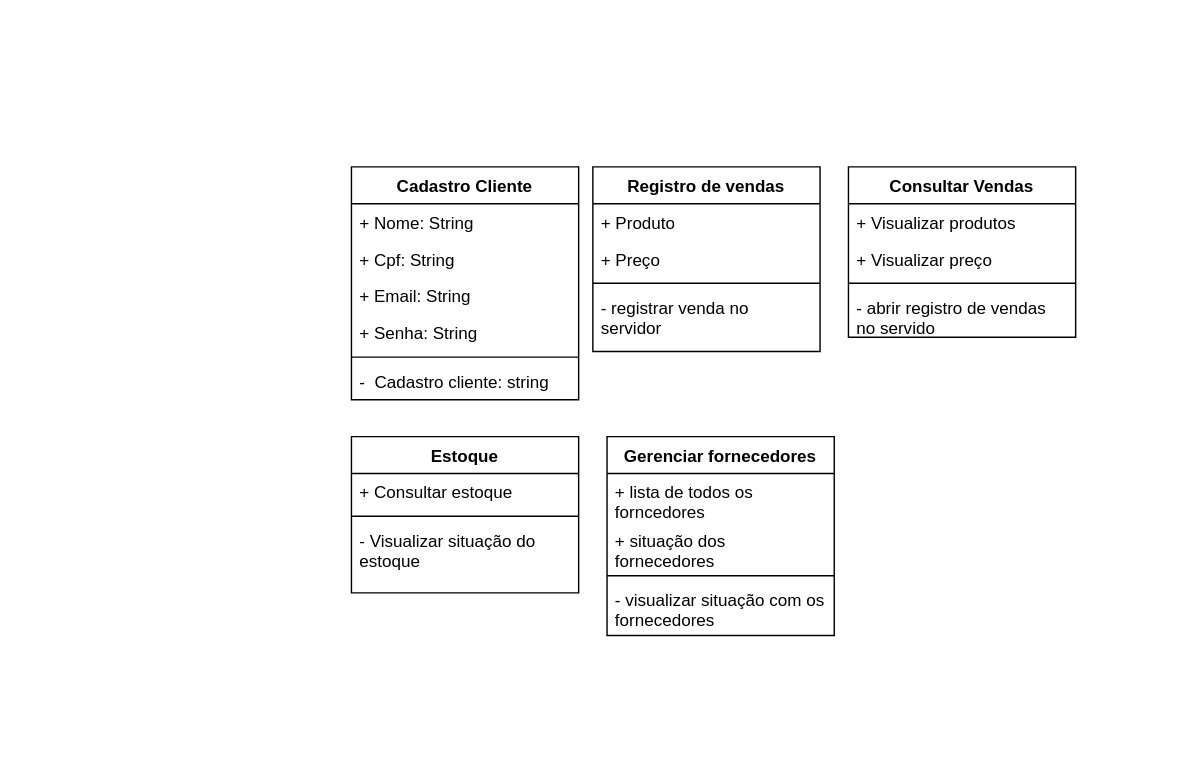
This is page "Página-9" (9 of 11) of Diagrama sem nome.drawio from Anthony-zzz/diagramasderequisitos, a draw.io file, before an edit. Source tidied: cells renumbered, new cells numbered last; positions are measured from the earlier drawing's top-left corner, leaving out a move shared by most shapes. Both pictures are drawn from the tidied source at 142%, with x=0, y=0 at pixel (351, 166).
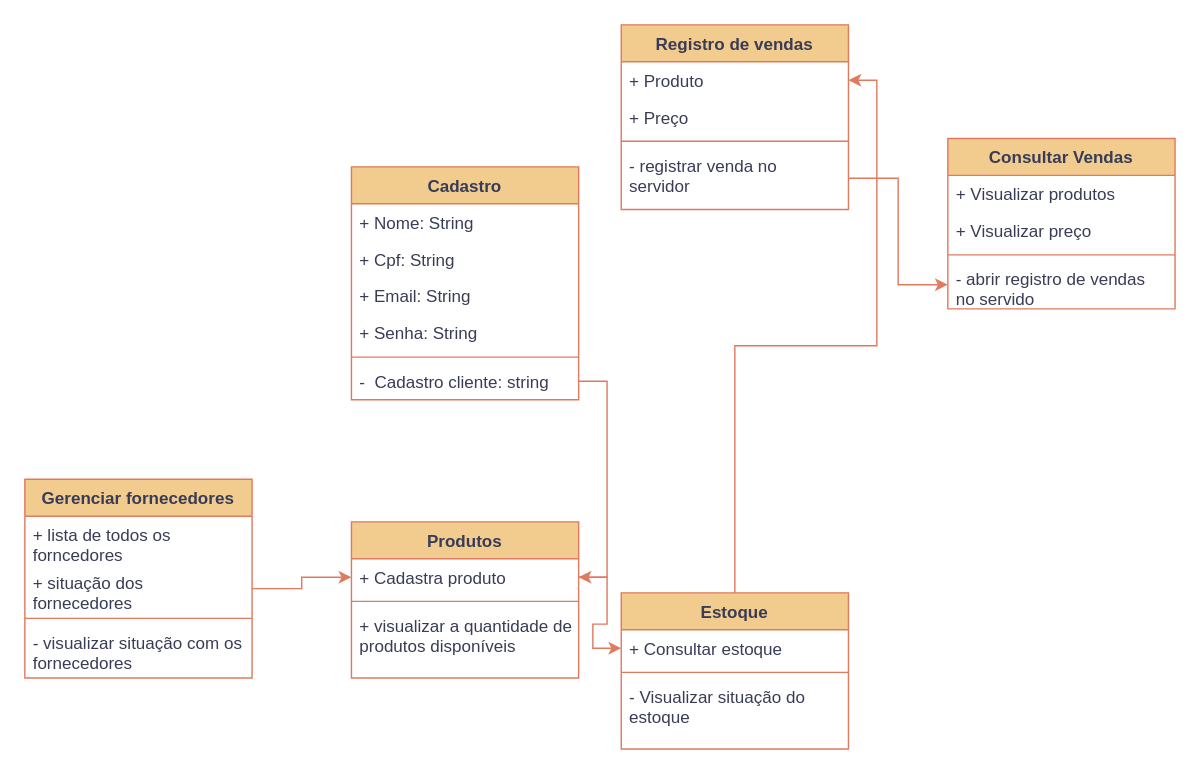
The same page after the edit.

What changed in the source:
```diff
@@
-    <mxCell id="2" value="Cadastro Cliente" style="swimlane;fontStyle=1;align=center;verticalAlign=top;horizontal=1;startSize=26;whiteSpace=wrap;html=1;" parent="1" vertex="1">
+    <mxCell id="2" value="Cadastro" style="swimlane;fontStyle=1;align=center;verticalAlign=top;horizontal=1;startSize=26;whiteSpace=wrap;html=1;labelBackgroundColor=none;fillColor=#F2CC8F;strokeColor=#E07A5F;fontColor=#393C56;" parent="1" vertex="1">
       <mxGeometry width="160" height="164" as="geometry" />
     </mxCell>
-    <mxCell id="3" value="+ Nome: String" style="text;strokeColor=none;fillColor=none;align=left;verticalAlign=top;spacingLeft=4;spacingRight=4;overflow=hidden;whiteSpace=wrap;html=1;" parent="2" vertex="1">
+    <mxCell id="3" value="+ Nome: String" style="text;strokeColor=none;fillColor=none;align=left;verticalAlign=top;spacingLeft=4;spacingRight=4;overflow=hidden;whiteSpace=wrap;html=1;labelBackgroundColor=none;fontColor=#393C56;" parent="2" vertex="1">
       <mxGeometry y="26" width="160" height="26" as="geometry" />
     </mxCell>
-    <mxCell id="4" value="+ Cpf: String" style="text;strokeColor=none;fillColor=none;align=left;verticalAlign=top;spacingLeft=4;spacingRight=4;overflow=hidden;whiteSpace=wrap;html=1;" parent="2" vertex="1">
+    <mxCell id="4" value="+ Cpf: String" style="text;strokeColor=none;fillColor=none;align=left;verticalAlign=top;spacingLeft=4;spacingRight=4;overflow=hidden;whiteSpace=wrap;html=1;labelBackgroundColor=none;fontColor=#393C56;" parent="2" vertex="1">
       <mxGeometry y="52" width="160" height="26" as="geometry" />
     </mxCell>
-    <mxCell id="5" value="+ Email: String" style="text;strokeColor=none;fillColor=none;align=left;verticalAlign=top;spacingLeft=4;spacingRight=4;overflow=hidden;whiteSpace=wrap;html=1;" parent="2" vertex="1">
+    <mxCell id="5" value="+ Email: String" style="text;strokeColor=none;fillColor=none;align=left;verticalAlign=top;spacingLeft=4;spacingRight=4;overflow=hidden;whiteSpace=wrap;html=1;labelBackgroundColor=none;fontColor=#393C56;" parent="2" vertex="1">
       <mxGeometry y="78" width="160" height="26" as="geometry" />
     </mxCell>
-    <mxCell id="6" value="+ Senha: String" style="text;strokeColor=none;fillColor=none;align=left;verticalAlign=top;spacingLeft=4;spacingRight=4;overflow=hidden;whiteSpace=wrap;html=1;" parent="2" vertex="1">
+    <mxCell id="6" value="+ Senha: String" style="text;strokeColor=none;fillColor=none;align=left;verticalAlign=top;spacingLeft=4;spacingRight=4;overflow=hidden;whiteSpace=wrap;html=1;labelBackgroundColor=none;fontColor=#393C56;" parent="2" vertex="1">
       <mxGeometry y="104" width="160" height="26" as="geometry" />
     </mxCell>
-    <mxCell id="7" style="line;strokeWidth=1;fillColor=none;align=left;verticalAlign=middle;spacingTop=-1;spacingLeft=3;spacingRight=3;labelPosition=right;strokeColor=inherit;" parent="2" vertex="1">
+    <mxCell id="7" style="line;strokeWidth=1;fillColor=none;align=left;verticalAlign=middle;spacingTop=-1;spacingLeft=3;spacingRight=3;labelPosition=right;strokeColor=#E07A5F;labelBackgroundColor=none;fontColor=#393C56;" parent="2" vertex="1">
       <mxGeometry y="130" width="160" height="8" as="geometry" />
     </mxCell>
-    <mxCell id="8" value="-&amp;nbsp; Cadastro cliente: string" style="text;strokeColor=none;fillColor=none;align=left;verticalAlign=top;spacingLeft=4;spacingRight=4;overflow=hidden;points=[[0,0.5],[1,0.5]];portConstraint=eastwest;whiteSpace=wrap;html=1;" parent="2" vertex="1">
+    <mxCell id="8" value="-&amp;nbsp; Cadastro cliente: string" style="text;strokeColor=none;fillColor=none;align=left;verticalAlign=top;spacingLeft=4;spacingRight=4;overflow=hidden;points=[[0,0.5],[1,0.5]];portConstraint=eastwest;whiteSpace=wrap;html=1;labelBackgroundColor=none;fontColor=#393C56;" parent="2" vertex="1">
       <mxGeometry y="138" width="160" height="26" as="geometry" />
     </mxCell>
-    <mxCell id="9" value="Registro de vendas" style="swimlane;fontStyle=1;align=center;verticalAlign=top;horizontal=1;startSize=26;whiteSpace=wrap;html=1;" parent="1" vertex="1">
-      <mxGeometry x="170" width="160" height="130" as="geometry" />
+    <mxCell id="9" value="Registro de vendas" style="swimlane;fontStyle=1;align=center;verticalAlign=top;horizontal=1;startSize=26;whiteSpace=wrap;html=1;labelBackgroundColor=none;fillColor=#F2CC8F;strokeColor=#E07A5F;fontColor=#393C56;" parent="1" vertex="1">
+      <mxGeometry x="190" y="-100" width="160" height="130" as="geometry" />
     </mxCell>
-    <mxCell id="10" value="+ Produto" style="text;strokeColor=none;fillColor=none;align=left;verticalAlign=top;spacingLeft=4;spacingRight=4;overflow=hidden;points=[[0,0.5],[1,0.5]];portConstraint=eastwest;whiteSpace=wrap;html=1;" parent="9" vertex="1">
+    <mxCell id="10" value="+ Produto" style="text;strokeColor=none;fillColor=none;align=left;verticalAlign=top;spacingLeft=4;spacingRight=4;overflow=hidden;points=[[0,0.5],[1,0.5]];portConstraint=eastwest;whiteSpace=wrap;html=1;labelBackgroundColor=none;fontColor=#393C56;" parent="9" vertex="1">
       <mxGeometry y="26" width="160" height="26" as="geometry" />
     </mxCell>
-    <mxCell id="11" value="+ Preço" style="text;strokeColor=none;fillColor=none;align=left;verticalAlign=top;spacingLeft=4;spacingRight=4;overflow=hidden;whiteSpace=wrap;html=1;" parent="9" vertex="1">
+    <mxCell id="11" value="+ Preço" style="text;strokeColor=none;fillColor=none;align=left;verticalAlign=top;spacingLeft=4;spacingRight=4;overflow=hidden;whiteSpace=wrap;html=1;labelBackgroundColor=none;fontColor=#393C56;" parent="9" vertex="1">
       <mxGeometry y="52" width="160" height="26" as="geometry" />
     </mxCell>
-    <mxCell id="12" style="line;strokeWidth=1;fillColor=none;align=left;verticalAlign=middle;spacingTop=-1;spacingLeft=3;spacingRight=3;labelPosition=right;strokeColor=inherit;" parent="9" vertex="1">
+    <mxCell id="12" style="line;strokeWidth=1;fillColor=none;align=left;verticalAlign=middle;spacingTop=-1;spacingLeft=3;spacingRight=3;labelPosition=right;strokeColor=#E07A5F;labelBackgroundColor=none;fontColor=#393C56;" parent="9" vertex="1">
       <mxGeometry y="78" width="160" height="8" as="geometry" />
     </mxCell>
-    <mxCell id="13" value="- registrar venda no servidor" style="text;strokeColor=none;fillColor=none;align=left;verticalAlign=top;spacingLeft=4;spacingRight=4;overflow=hidden;points=[[0,0.5],[1,0.5]];portConstraint=eastwest;whiteSpace=wrap;html=1;" parent="9" vertex="1">
+    <mxCell id="13" value="- registrar venda no servidor" style="text;strokeColor=none;fillColor=none;align=left;verticalAlign=top;spacingLeft=4;spacingRight=4;overflow=hidden;points=[[0,0.5],[1,0.5]];portConstraint=eastwest;whiteSpace=wrap;html=1;labelBackgroundColor=none;fontColor=#393C56;" parent="9" vertex="1">
       <mxGeometry y="86" width="160" height="44" as="geometry" />
     </mxCell>
-    <mxCell id="14" value="Consultar Vendas" style="swimlane;fontStyle=1;align=center;verticalAlign=top;horizontal=1;startSize=26;whiteSpace=wrap;html=1;" parent="1" vertex="1">
-      <mxGeometry x="350" width="160" height="120" as="geometry" />
+    <mxCell id="14" value="Consultar Vendas" style="swimlane;fontStyle=1;align=center;verticalAlign=top;horizontal=1;startSize=26;whiteSpace=wrap;html=1;labelBackgroundColor=none;fillColor=#F2CC8F;strokeColor=#E07A5F;fontColor=#393C56;" parent="1" vertex="1">
+      <mxGeometry x="420" y="-20" width="160" height="120" as="geometry" />
     </mxCell>
-    <mxCell id="15" value="+ Visualizar produtos" style="text;strokeColor=none;fillColor=none;align=left;verticalAlign=top;spacingLeft=4;spacingRight=4;overflow=hidden;whiteSpace=wrap;html=1;" parent="14" vertex="1">
+    <mxCell id="15" value="+ Visualizar produtos" style="text;strokeColor=none;fillColor=none;align=left;verticalAlign=top;spacingLeft=4;spacingRight=4;overflow=hidden;whiteSpace=wrap;html=1;labelBackgroundColor=none;fontColor=#393C56;" parent="14" vertex="1">
       <mxGeometry y="26" width="160" height="26" as="geometry" />
     </mxCell>
-    <mxCell id="16" value="+ Visualizar preço" style="text;strokeColor=none;fillColor=none;align=left;verticalAlign=top;spacingLeft=4;spacingRight=4;overflow=hidden;whiteSpace=wrap;html=1;" parent="14" vertex="1">
+    <mxCell id="16" value="+ Visualizar preço" style="text;strokeColor=none;fillColor=none;align=left;verticalAlign=top;spacingLeft=4;spacingRight=4;overflow=hidden;whiteSpace=wrap;html=1;labelBackgroundColor=none;fontColor=#393C56;" parent="14" vertex="1">
       <mxGeometry y="52" width="160" height="26" as="geometry" />
     </mxCell>
-    <mxCell id="17" style="line;strokeWidth=1;fillColor=none;align=left;verticalAlign=middle;spacingTop=-1;spacingLeft=3;spacingRight=3;labelPosition=right;strokeColor=inherit;" parent="14" vertex="1">
+    <mxCell id="17" style="line;strokeWidth=1;fillColor=none;align=left;verticalAlign=middle;spacingTop=-1;spacingLeft=3;spacingRight=3;labelPosition=right;strokeColor=#E07A5F;labelBackgroundColor=none;fontColor=#393C56;" parent="14" vertex="1">
       <mxGeometry y="78" width="160" height="8" as="geometry" />
     </mxCell>
-    <mxCell id="18" value="- abrir registro de vendas no servido" style="text;strokeColor=none;fillColor=none;align=left;verticalAlign=top;spacingLeft=4;spacingRight=4;overflow=hidden;points=[[0,0.5],[1,0.5]];portConstraint=eastwest;whiteSpace=wrap;html=1;" parent="14" vertex="1">
+    <mxCell id="18" value="- abrir registro de vendas no servido" style="text;strokeColor=none;fillColor=none;align=left;verticalAlign=top;spacingLeft=4;spacingRight=4;overflow=hidden;points=[[0,0.5],[1,0.5]];portConstraint=eastwest;whiteSpace=wrap;html=1;labelBackgroundColor=none;fontColor=#393C56;" parent="14" vertex="1">
       <mxGeometry y="86" width="160" height="34" as="geometry" />
     </mxCell>
+    <mxCell id="28" style="edgeStyle=orthogonalEdgeStyle;rounded=0;jettySize=auto;html=1;exitX=0.5;exitY=0;exitDx=0;exitDy=0;entryX=1;entryY=0.5;entryDx=0;entryDy=0;labelBackgroundColor=none;strokeColor=#E07A5F;fontColor=default;" parent="1" edge="1" source="19" target="10">
+      <mxGeometry relative="1" as="geometry" />
+    </mxCell>
-    <mxCell id="19" value="Estoque" style="swimlane;fontStyle=1;align=center;verticalAlign=top;horizontal=1;startSize=26;whiteSpace=wrap;html=1;" parent="1" vertex="1">
-      <mxGeometry y="190" width="160" height="110" as="geometry" />
+    <mxCell id="19" value="Estoque" style="swimlane;fontStyle=1;align=center;verticalAlign=top;horizontal=1;startSize=26;whiteSpace=wrap;html=1;labelBackgroundColor=none;fillColor=#F2CC8F;strokeColor=#E07A5F;fontColor=#393C56;" parent="1" vertex="1">
+      <mxGeometry x="190" y="300" width="160" height="110" as="geometry" />
     </mxCell>
-    <mxCell id="20" value="+ Consultar estoque" style="text;strokeColor=none;fillColor=none;align=left;verticalAlign=top;spacingLeft=4;spacingRight=4;overflow=hidden;points=[[0,0.5],[1,0.5]];portConstraint=eastwest;whiteSpace=wrap;html=1;" parent="19" vertex="1">
+    <mxCell id="20" value="+ Consultar estoque" style="text;strokeColor=none;fillColor=none;align=left;verticalAlign=top;spacingLeft=4;spacingRight=4;overflow=hidden;points=[[0,0.5],[1,0.5]];portConstraint=eastwest;whiteSpace=wrap;html=1;labelBackgroundColor=none;fontColor=#393C56;" parent="19" vertex="1">
       <mxGeometry y="26" width="160" height="26" as="geometry" />
     </mxCell>
-    <mxCell id="21" style="line;strokeWidth=1;fillColor=none;align=left;verticalAlign=middle;spacingTop=-1;spacingLeft=3;spacingRight=3;labelPosition=right;strokeColor=inherit;" parent="19" vertex="1">
+    <mxCell id="21" style="line;strokeWidth=1;fillColor=none;align=left;verticalAlign=middle;spacingTop=-1;spacingLeft=3;spacingRight=3;labelPosition=right;strokeColor=#E07A5F;labelBackgroundColor=none;fontColor=#393C56;" parent="19" vertex="1">
       <mxGeometry y="52" width="160" height="8" as="geometry" />
     </mxCell>
-    <mxCell id="22" value="- Visualizar situação do estoque" style="text;strokeColor=none;fillColor=none;align=left;verticalAlign=top;spacingLeft=4;spacingRight=4;overflow=hidden;whiteSpace=wrap;html=1;" parent="19" vertex="1">
+    <mxCell id="22" value="- Visualizar situação do estoque" style="text;strokeColor=none;fillColor=none;align=left;verticalAlign=top;spacingLeft=4;spacingRight=4;overflow=hidden;whiteSpace=wrap;html=1;labelBackgroundColor=none;fontColor=#393C56;" parent="19" vertex="1">
       <mxGeometry y="60" width="160" height="50" as="geometry" />
     </mxCell>
-    <mxCell id="23" value="Gerenciar fornecedores" style="swimlane;fontStyle=1;align=center;verticalAlign=top;horizontal=1;startSize=26;whiteSpace=wrap;html=1;" parent="1" vertex="1">
-      <mxGeometry x="180" y="190" width="160" height="140" as="geometry" />
+    <mxCell id="23" value="Gerenciar fornecedores" style="swimlane;fontStyle=1;align=center;verticalAlign=top;horizontal=1;startSize=26;whiteSpace=wrap;html=1;labelBackgroundColor=none;fillColor=#F2CC8F;strokeColor=#E07A5F;fontColor=#393C56;" parent="1" vertex="1">
+      <mxGeometry x="-230" y="220" width="160" height="140" as="geometry" />
     </mxCell>
-    <mxCell id="24" value="+ lista de todos os forncedores" style="text;strokeColor=none;fillColor=none;align=left;verticalAlign=top;spacingLeft=4;spacingRight=4;overflow=hidden;whiteSpace=wrap;html=1;" parent="23" vertex="1">
+    <mxCell id="24" value="+ lista de todos os forncedores" style="text;strokeColor=none;fillColor=none;align=left;verticalAlign=top;spacingLeft=4;spacingRight=4;overflow=hidden;whiteSpace=wrap;html=1;labelBackgroundColor=none;fontColor=#393C56;" parent="23" vertex="1">
       <mxGeometry y="26" width="160" height="34" as="geometry" />
     </mxCell>
-    <mxCell id="25" value="+ situação dos fornecedores" style="text;strokeColor=none;fillColor=none;align=left;verticalAlign=top;spacingLeft=4;spacingRight=4;overflow=hidden;points=[[0,0.5],[1,0.5]];portConstraint=eastwest;whiteSpace=wrap;html=1;" parent="23" vertex="1">
+    <mxCell id="25" value="+ situação dos fornecedores" style="text;strokeColor=none;fillColor=none;align=left;verticalAlign=top;spacingLeft=4;spacingRight=4;overflow=hidden;points=[[0,0.5],[1,0.5]];portConstraint=eastwest;whiteSpace=wrap;html=1;labelBackgroundColor=none;fontColor=#393C56;" parent="23" vertex="1">
       <mxGeometry y="60" width="160" height="34" as="geometry" />
     </mxCell>
-    <mxCell id="26" style="line;strokeWidth=1;fillColor=none;align=left;verticalAlign=middle;spacingTop=-1;spacingLeft=3;spacingRight=3;labelPosition=right;strokeColor=inherit;" parent="23" vertex="1">
+    <mxCell id="26" style="line;strokeWidth=1;fillColor=none;align=left;verticalAlign=middle;spacingTop=-1;spacingLeft=3;spacingRight=3;labelPosition=right;strokeColor=#E07A5F;labelBackgroundColor=none;fontColor=#393C56;" parent="23" vertex="1">
       <mxGeometry y="94" width="160" height="8" as="geometry" />
     </mxCell>
-    <mxCell id="27" value="- visualizar situação com os fornecedores" style="text;strokeColor=none;fillColor=none;align=left;verticalAlign=top;spacingLeft=4;spacingRight=4;overflow=hidden;whiteSpace=wrap;html=1;" parent="23" vertex="1">
+    <mxCell id="27" value="- visualizar situação com os fornecedores" style="text;strokeColor=none;fillColor=none;align=left;verticalAlign=top;spacingLeft=4;spacingRight=4;overflow=hidden;whiteSpace=wrap;html=1;labelBackgroundColor=none;fontColor=#393C56;" parent="23" vertex="1">
       <mxGeometry y="102" width="160" height="38" as="geometry" />
     </mxCell>
+    <mxCell id="29" style="edgeStyle=orthogonalEdgeStyle;rounded=0;jettySize=auto;html=1;exitX=1;exitY=0.5;exitDx=0;exitDy=0;entryX=0;entryY=0.5;entryDx=0;entryDy=0;labelBackgroundColor=none;strokeColor=#E07A5F;fontColor=default;" parent="1" edge="1" source="13" target="18">
+      <mxGeometry relative="1" as="geometry" />
+    </mxCell>
+    <mxCell id="30" value="Produtos" style="swimlane;fontStyle=1;align=center;verticalAlign=top;horizontal=1;startSize=26;whiteSpace=wrap;html=1;labelBackgroundColor=none;fillColor=#F2CC8F;strokeColor=#E07A5F;fontColor=#393C56;" parent="1" vertex="1">
+      <mxGeometry y="250" width="160" height="110" as="geometry" />
+    </mxCell>
+    <mxCell id="31" value="+ Cadastra produto" style="text;strokeColor=none;fillColor=none;align=left;verticalAlign=top;spacingLeft=4;spacingRight=4;overflow=hidden;points=[[0,0.5],[1,0.5]];portConstraint=eastwest;whiteSpace=wrap;html=1;labelBackgroundColor=none;fontColor=#393C56;" parent="30" vertex="1">
+      <mxGeometry y="26" width="160" height="26" as="geometry" />
+    </mxCell>
+    <mxCell id="32" style="line;strokeWidth=1;fillColor=none;align=left;verticalAlign=middle;spacingTop=-1;spacingLeft=3;spacingRight=3;labelPosition=right;strokeColor=#E07A5F;labelBackgroundColor=none;fontColor=#393C56;" parent="30" vertex="1">
+      <mxGeometry y="52" width="160" height="8" as="geometry" />
+    </mxCell>
+    <mxCell id="33" value="+ visualizar a quantidade de produtos disponíveis&amp;nbsp;" style="text;strokeColor=none;fillColor=none;align=left;verticalAlign=top;spacingLeft=4;spacingRight=4;overflow=hidden;whiteSpace=wrap;html=1;labelBackgroundColor=none;fontColor=#393C56;" parent="30" vertex="1">
+      <mxGeometry y="60" width="160" height="50" as="geometry" />
+    </mxCell>
+    <mxCell id="34" style="edgeStyle=orthogonalEdgeStyle;rounded=0;jettySize=auto;html=1;exitX=1;exitY=0.5;exitDx=0;exitDy=0;entryX=0;entryY=0.5;entryDx=0;entryDy=0;labelBackgroundColor=none;strokeColor=#E07A5F;fontColor=default;" parent="1" edge="1" source="31" target="20">
+      <mxGeometry relative="1" as="geometry" />
+    </mxCell>
+    <mxCell id="35" style="edgeStyle=orthogonalEdgeStyle;rounded=0;jettySize=auto;html=1;exitX=1;exitY=0.5;exitDx=0;exitDy=0;entryX=0;entryY=0.5;entryDx=0;entryDy=0;strokeColor=#E07A5F;fontColor=#393C56;fillColor=#F2CC8F;" parent="1" edge="1" source="25" target="31">
+      <mxGeometry relative="1" as="geometry" />
+    </mxCell>
+    <mxCell id="36" style="edgeStyle=orthogonalEdgeStyle;rounded=0;jettySize=auto;html=1;exitX=1;exitY=0.5;exitDx=0;exitDy=0;entryX=1;entryY=0.5;entryDx=0;entryDy=0;strokeColor=#E07A5F;fontColor=#393C56;fillColor=#F2CC8F;" parent="1" edge="1" source="8" target="31">
+      <mxGeometry relative="1" as="geometry" />
+    </mxCell>
```
